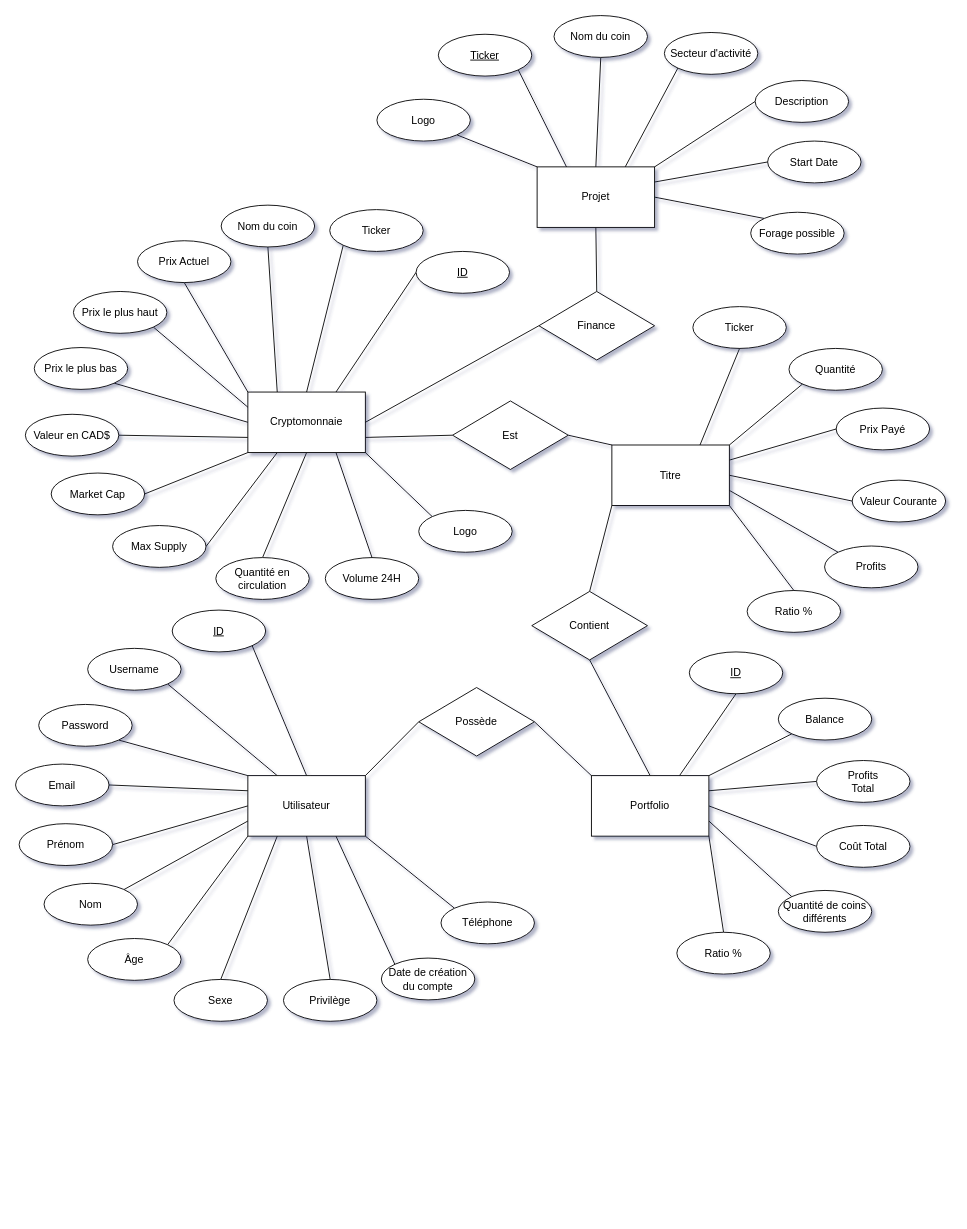
Earlier version of the draw.io diagram Entite-Relation.drawio (matreurai/GLO-2005). Source tidied: cells renumbered, new cells numbered last; positions are measured from the earlier drawing's top-left corner, leaving out a move shared by most shapes. Both pictures are drawn from the tidied source at 89%, with x=0, y=0 at pixel (15, 15).
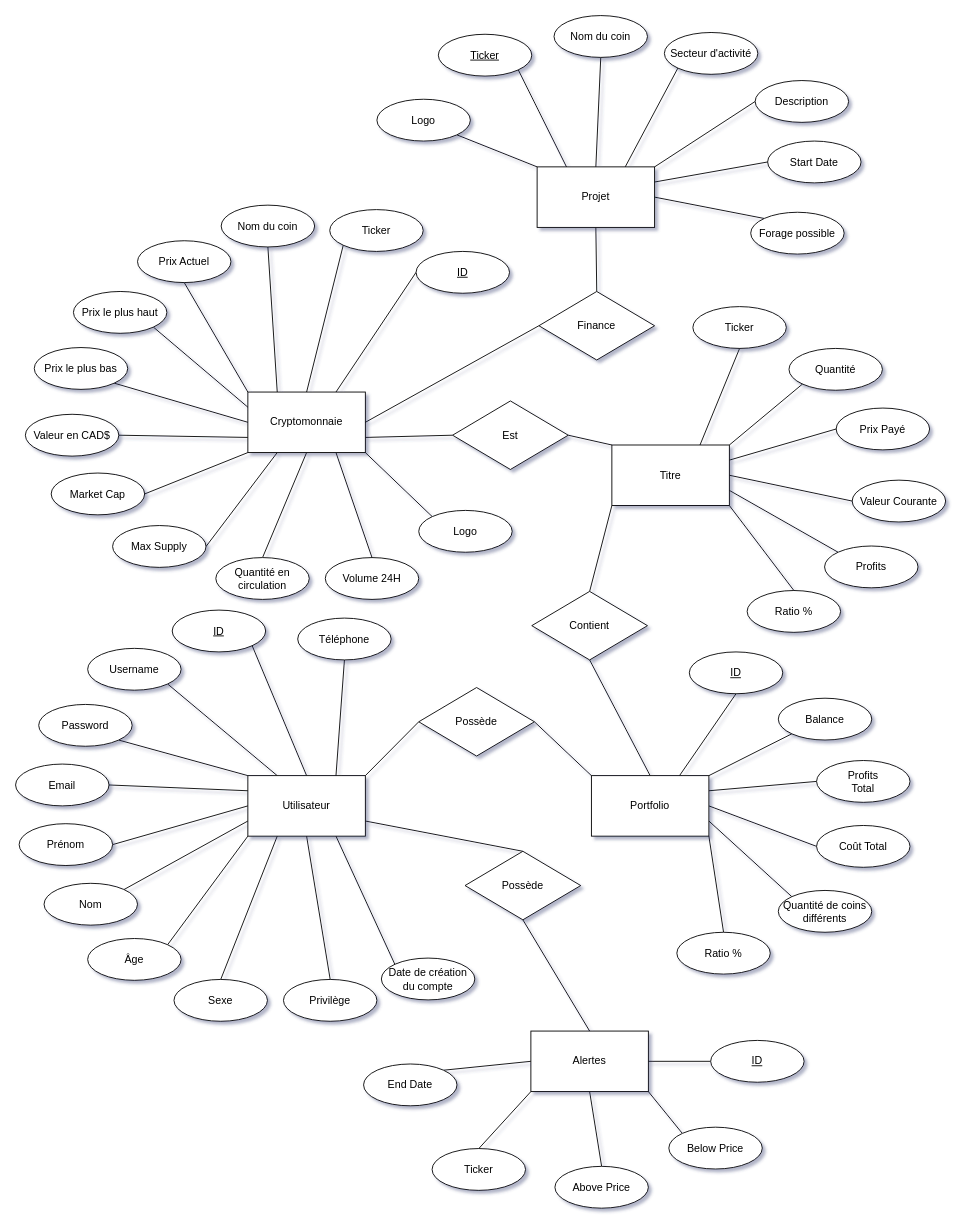
After the change.

Commit message:
Ajout des alertes

The change refers to these unchanged cells:
```xml
<mxCell id="15" value="Utilisateur" style="rounded=0;whiteSpace=wrap;html=1;" parent="1" vertex="1">
  <mxGeometry x="261" y="854" width="132" height="68" as="geometry" />
</mxCell>
```

The edit, as a diff of the source:
```diff
@@
+    <mxCell id="103" style="rounded=0;jettySize=auto;html=1;exitX=1;exitY=0.75;exitDx=0;exitDy=0;entryX=0.5;entryY=0;entryDx=0;entryDy=0;endArrow=none;endFill=0;" parent="1" edge="1" source="15" target="111">
+      <mxGeometry relative="1" as="geometry" />
+    </mxCell>
-    <mxCell id="14" style="edgeStyle=none;rounded=0;jettySize=auto;html=1;exitX=1;exitY=1;exitDx=0;exitDy=0;entryX=0;entryY=0;entryDx=0;entryDy=0;endArrow=none;endFill=0;" parent="1" edge="1" source="15" target="86">
+    <mxCell id="14" style="edgeStyle=none;rounded=0;jettySize=auto;html=1;exitX=0.75;exitY=0;exitDx=0;exitDy=0;endArrow=none;endFill=0;entryX=0.5;entryY=1;entryDx=0;entryDy=0;" parent="1" edge="1" source="15" target="86">
       <mxGeometry relative="1" as="geometry" />
     </mxCell>
@@
     <mxCell id="86" value="Téléphone" style="ellipse;whiteSpace=wrap;html=1;" parent="1" vertex="1">
-      <mxGeometry x="478" y="996" width="105" height="47" as="geometry" />
+      <mxGeometry x="317" y="677" width="105" height="47" as="geometry" />
     </mxCell>
@@
+    <mxCell id="104" style="edgeStyle=none;rounded=0;jettySize=auto;html=1;exitX=1;exitY=0.5;exitDx=0;exitDy=0;entryX=0;entryY=0.5;entryDx=0;entryDy=0;endArrow=none;endFill=0;" parent="1" edge="1" source="109" target="112">
+      <mxGeometry relative="1" as="geometry" />
+    </mxCell>
+    <mxCell id="105" style="edgeStyle=none;rounded=0;jettySize=auto;html=1;exitX=1;exitY=1;exitDx=0;exitDy=0;entryX=0;entryY=0;entryDx=0;entryDy=0;endArrow=none;endFill=0;" parent="1" edge="1" source="109" target="114">
+      <mxGeometry relative="1" as="geometry" />
+    </mxCell>
+    <mxCell id="106" style="edgeStyle=none;rounded=0;jettySize=auto;html=1;exitX=0.5;exitY=1;exitDx=0;exitDy=0;entryX=0.5;entryY=0;entryDx=0;entryDy=0;endArrow=none;endFill=0;" parent="1" edge="1" source="109" target="115">
+      <mxGeometry relative="1" as="geometry" />
+    </mxCell>
+    <mxCell id="107" style="edgeStyle=none;rounded=0;jettySize=auto;html=1;exitX=0;exitY=1;exitDx=0;exitDy=0;entryX=0.5;entryY=0;entryDx=0;entryDy=0;endArrow=none;endFill=0;" parent="1" edge="1" source="109" target="113">
+      <mxGeometry relative="1" as="geometry" />
+    </mxCell>
+    <mxCell id="108" style="edgeStyle=none;rounded=0;jettySize=auto;html=1;exitX=0;exitY=0.5;exitDx=0;exitDy=0;entryX=1;entryY=0;entryDx=0;entryDy=0;endArrow=none;endFill=0;" parent="1" edge="1" source="109" target="116">
+      <mxGeometry relative="1" as="geometry" />
+    </mxCell>
+    <mxCell id="109" value="Alertes" style="rounded=0;whiteSpace=wrap;html=1;" parent="1" vertex="1">
+      <mxGeometry x="579" y="1141" width="132" height="68" as="geometry" />
+    </mxCell>
+    <mxCell id="110" style="edgeStyle=none;rounded=0;jettySize=auto;html=1;exitX=0.5;exitY=1;exitDx=0;exitDy=0;entryX=0.5;entryY=0;entryDx=0;entryDy=0;endArrow=none;endFill=0;" parent="1" edge="1" source="111" target="109">
+      <mxGeometry relative="1" as="geometry" />
+    </mxCell>
+    <mxCell id="111" value="Possède" style="rhombus;whiteSpace=wrap;html=1;" parent="1" vertex="1">
+      <mxGeometry x="505" y="939" width="130" height="77" as="geometry" />
+    </mxCell>
+    <mxCell id="112" value="ID" style="ellipse;whiteSpace=wrap;html=1;fontStyle=4;" parent="1" vertex="1">
+      <mxGeometry x="781" y="1151.5" width="105" height="47" as="geometry" />
+    </mxCell>
+    <mxCell id="113" value="Ticker" style="ellipse;whiteSpace=wrap;html=1;fontStyle=0;" parent="1" vertex="1">
+      <mxGeometry x="468" y="1273" width="105" height="47" as="geometry" />
+    </mxCell>
+    <mxCell id="114" value="Below Price" style="ellipse;whiteSpace=wrap;html=1;fontStyle=0;" parent="1" vertex="1">
+      <mxGeometry x="734" y="1249" width="105" height="47" as="geometry" />
+    </mxCell>
+    <mxCell id="115" value="Above Price" style="ellipse;whiteSpace=wrap;html=1;fontStyle=0;" parent="1" vertex="1">
+      <mxGeometry x="606" y="1293" width="105" height="47" as="geometry" />
+    </mxCell>
+    <mxCell id="116" value="End Date" style="ellipse;whiteSpace=wrap;html=1;fontStyle=0;" parent="1" vertex="1">
+      <mxGeometry x="391" y="1178" width="105" height="47" as="geometry" />
+    </mxCell>
```
